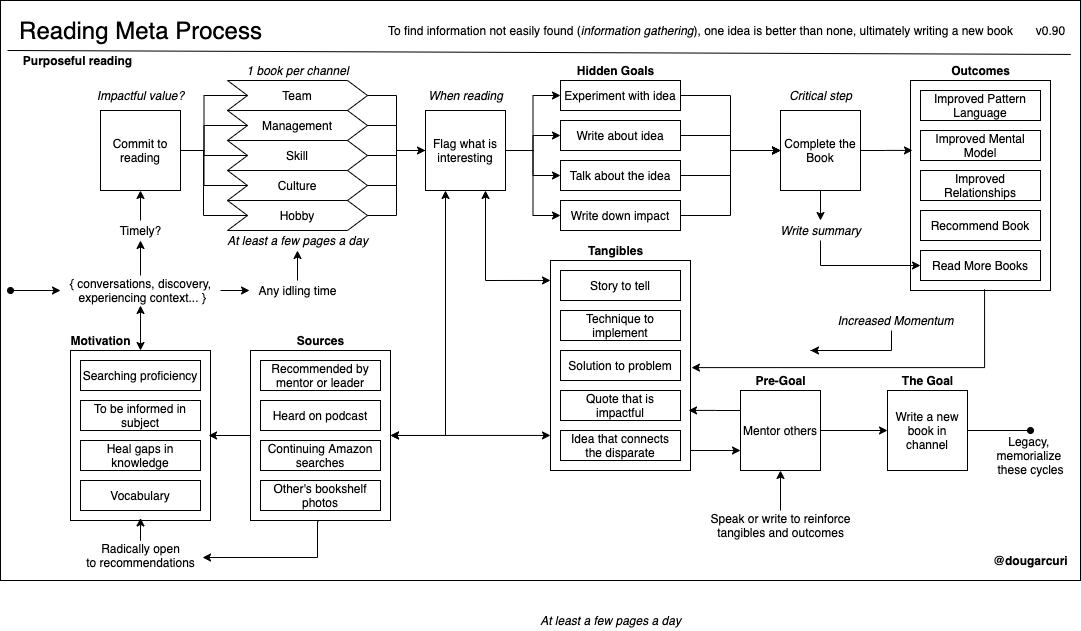
Above: books/diagrams/reading-process.png in solidi/learning-notes (draw.io), before the change. Source tidied: cells renumbered, new cells last; positions are measured from the earlier drawing's top-left corner, leaving out a move shared by most shapes.
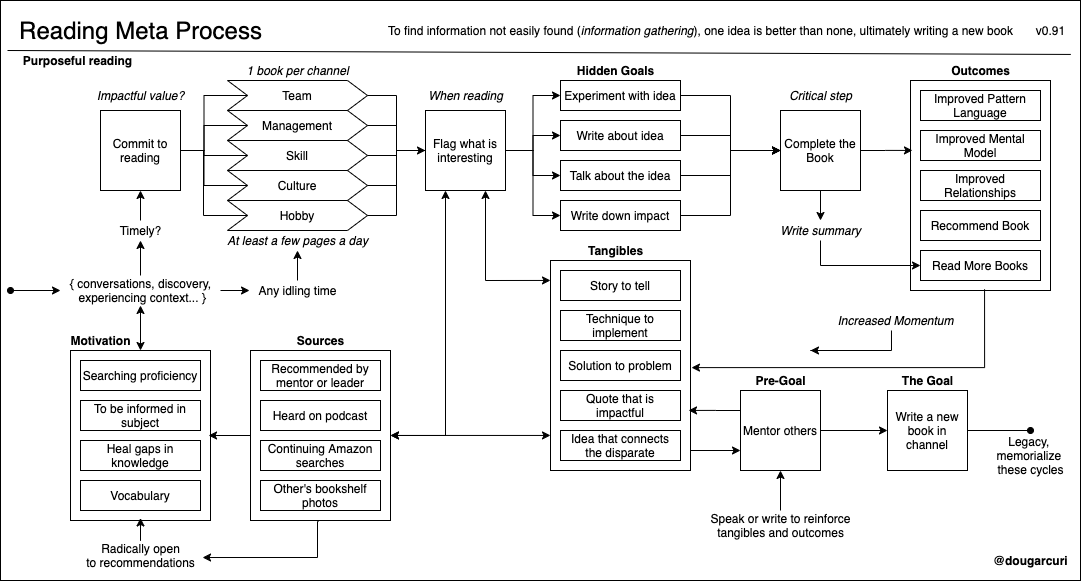
After the commit.

Commit message:
Fix up diagram with floating text

Diff of the diagram source:
```diff
@@ -95,7 +95,7 @@
     <mxCell id="27" value="Write about idea" style="rounded=0;whiteSpace=wrap;html=1;" parent="1" vertex="1">
       <mxGeometry x="560" y="120" width="120" height="30" as="geometry" />
     </mxCell>
-    <mxCell id="28" value="v0.90" style="text;html=1;align=center;verticalAlign=middle;" parent="1" vertex="1">
+    <mxCell id="28" value="v0.91" style="text;html=1;align=center;verticalAlign=middle;" parent="1" vertex="1">
       <mxGeometry x="1030" y="20" width="40" height="20" as="geometry" />
     </mxCell>
     <mxCell id="29" value="&lt;b&gt;@dougarcuri&lt;/b&gt;" style="text;html=1;align=center;verticalAlign=middle;" parent="1" vertex="1">
@@ -344,9 +344,6 @@
     <mxCell id="103" style="edgeStyle=orthogonalEdgeStyle;rounded=0;jettySize=auto;html=1;entryX=0.5;entryY=1;entryDx=0;entryDy=0;startArrow=none;startFill=0;endArrow=classic;endFill=1;" parent="1" edge="1" source="82" target="102">
       <mxGeometry relative="1" as="geometry" />
     </mxCell>
-    <mxCell id="104" value="&lt;i&gt;At least a few pages a day&lt;/i&gt;" style="text;html=1;align=center;verticalAlign=middle;" parent="1" vertex="1">
-      <mxGeometry x="530" y="610" width="160" height="20" as="geometry" />
-    </mxCell>
     <mxCell id="105" value="&lt;i&gt;Write summary&lt;/i&gt;" style="text;html=1;align=center;verticalAlign=middle;points=[];" parent="1" vertex="1">
       <mxGeometry x="770" y="220" width="100" height="20" as="geometry" />
     </mxCell>
```
